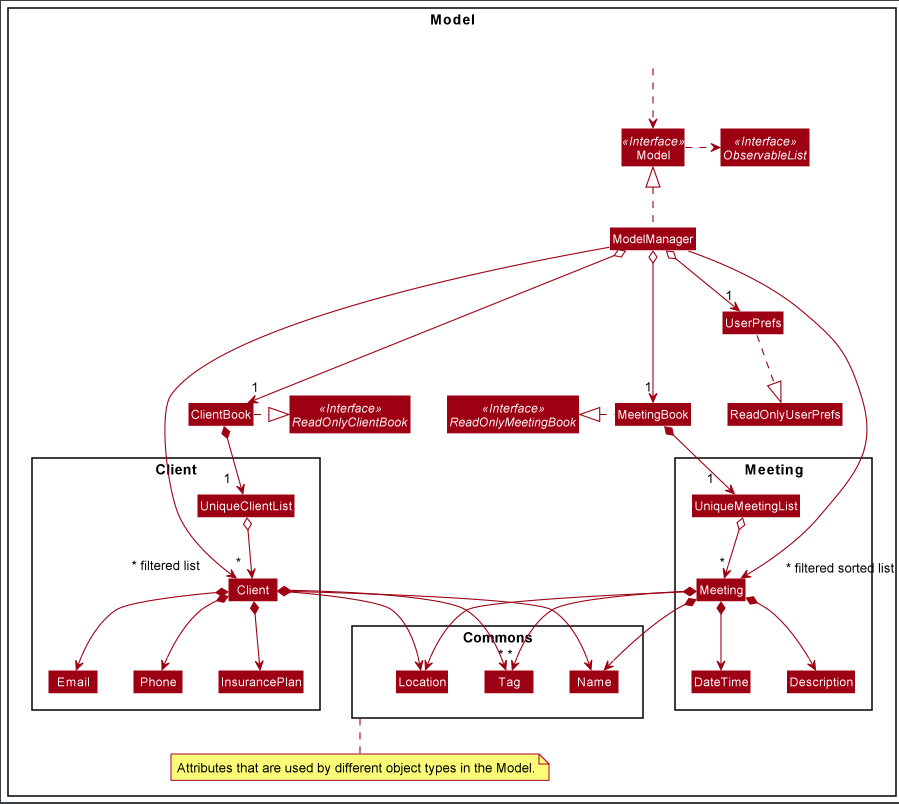
Above: docs/images/ModelClassDiagram.png in nus-cs2103-AY2021S2/tp (PlantUML), before the change. Its source is kept beside it as docs/diagrams/ModelClassDiagram.puml.
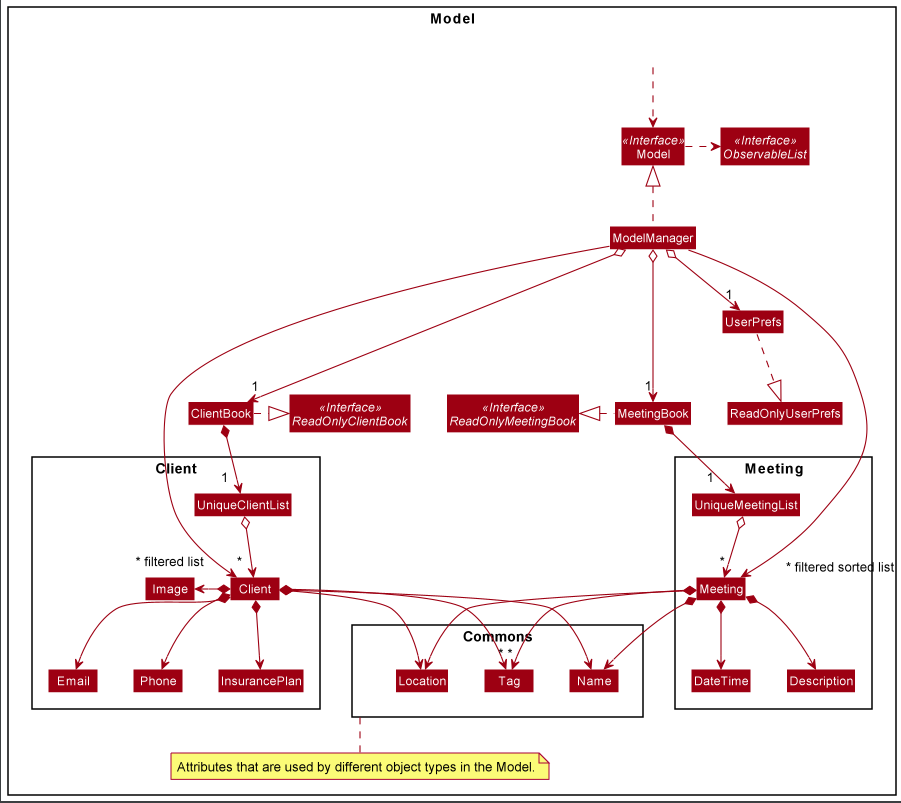
Above is the later version.

Commit message:
Add Image into Client package of Model's UML diagram

Diff of the diagram source:
```diff
@@ -27,6 +27,7 @@
 Class Email
 Class Phone
 Class InsurancePlan
+Class Image
 }
 
 
@@ -49,6 +50,7 @@
 Client *--> Phone
 Client *--> InsurancePlan
 Client *--> "*" Tag
+Client *-left-> Image
 
 Meeting *--> Name
 Meeting *--> DateTime
```
